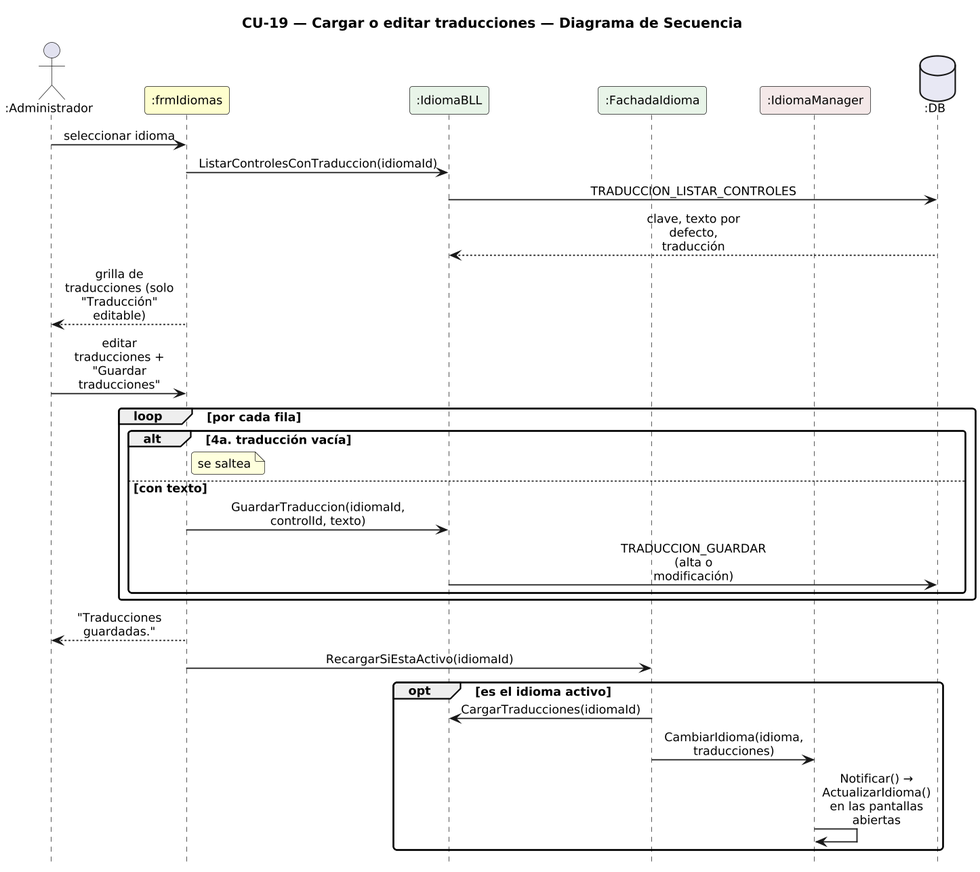
Urrels/ingenieria_software keeps this PlantUML diagram as DIAGRAMAS/DiagramaSecuencia_CU19_CargarEditarTraducciones.png. Above is the earlier version.
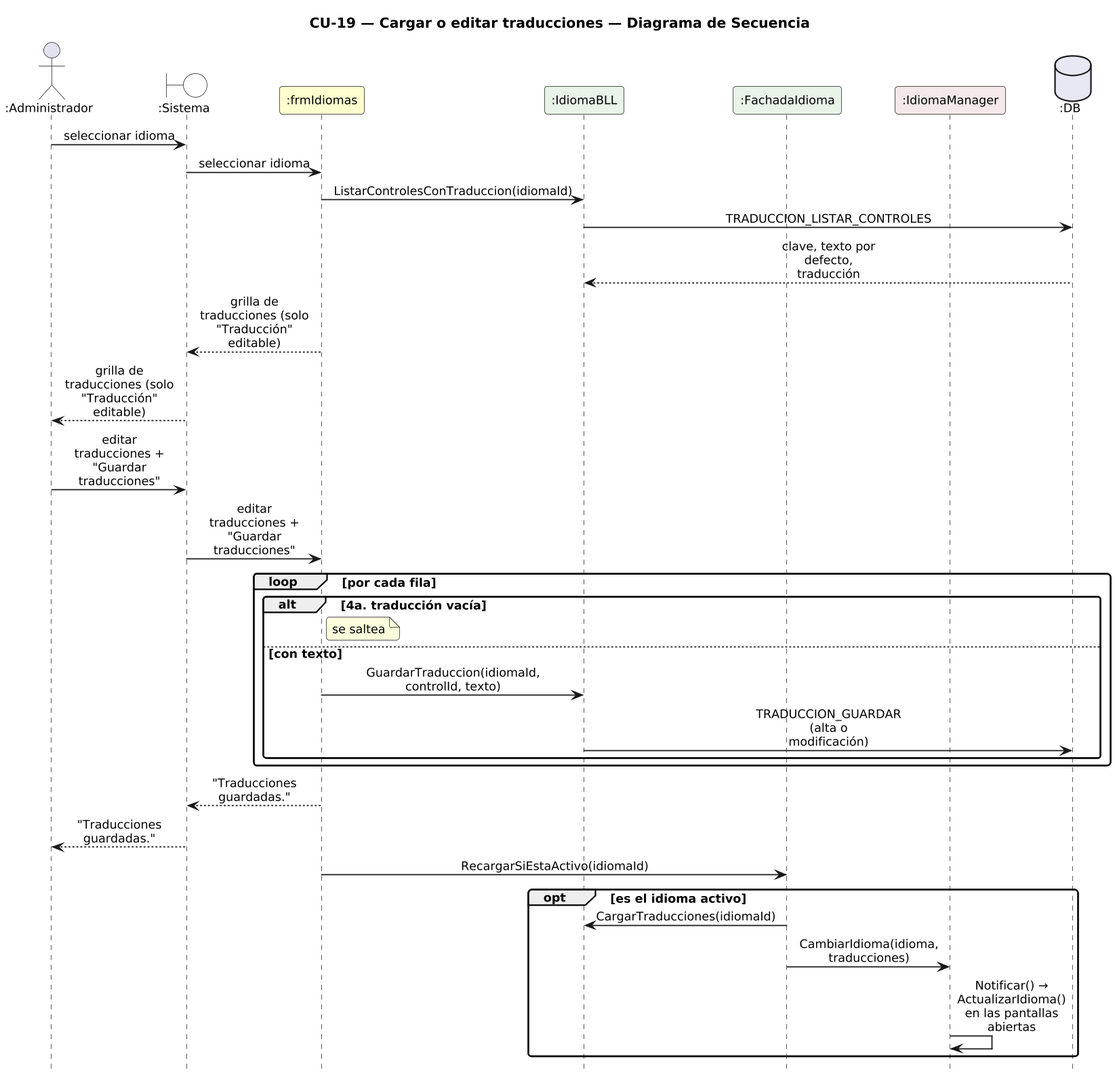
The same diagram one commit later.

Change to the diagram source:
```diff
@@ -14,18 +14,22 @@
 hide footbox
 
 actor ":Administrador" as A
+boundary ":Sistema" as SYS #FFFFFF
 participant ":frmIdiomas" as F #FEFECE
 participant ":IdiomaBLL" as IB #E8F4E8
 participant ":FachadaIdioma" as FA #E8F4E8
 participant ":IdiomaManager" as IM #F4E8E8
 database ":DB" as DB #E8E8F4
 
-A -> F : seleccionar idioma
+A -> SYS : seleccionar idioma
+SYS -> F : seleccionar idioma
 F -> IB : ListarControlesConTraduccion(idiomaId)
 IB -> DB : TRADUCCION_LISTAR_CONTROLES
 DB --> IB : clave, texto por defecto, traducción
-F --> A : grilla de traducciones (solo "Traducción" editable)
-A -> F : editar traducciones + "Guardar traducciones"
+F --> SYS : grilla de traducciones (solo "Traducción" editable)
+SYS --> A : grilla de traducciones (solo "Traducción" editable)
+A -> SYS : editar traducciones + "Guardar traducciones"
+SYS -> F : editar traducciones + "Guardar traducciones"
 loop por cada fila
   alt 4a. traducción vacía
     note right of F : se saltea
@@ -34,7 +38,8 @@
     IB -> DB : TRADUCCION_GUARDAR (alta o modificación)
   end
 end
-F --> A : "Traducciones guardadas."
+F --> SYS : "Traducciones guardadas."
+SYS --> A : "Traducciones guardadas."
 F -> FA : RecargarSiEstaActivo(idiomaId)
 opt es el idioma activo
   FA -> IB : CargarTraducciones(idiomaId)
```
